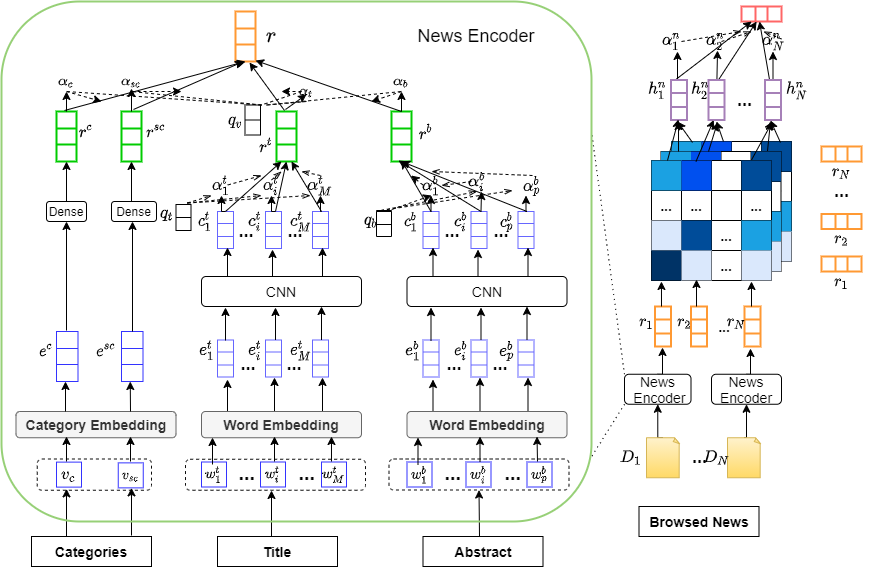
Above: MAML.png in Karry-Eva/PapersNotes (draw.io), before the change. Source tidied: cells renumbered, new cells last; positions are measured from the earlier drawing's top-left corner, leaving out a move shared by most shapes.
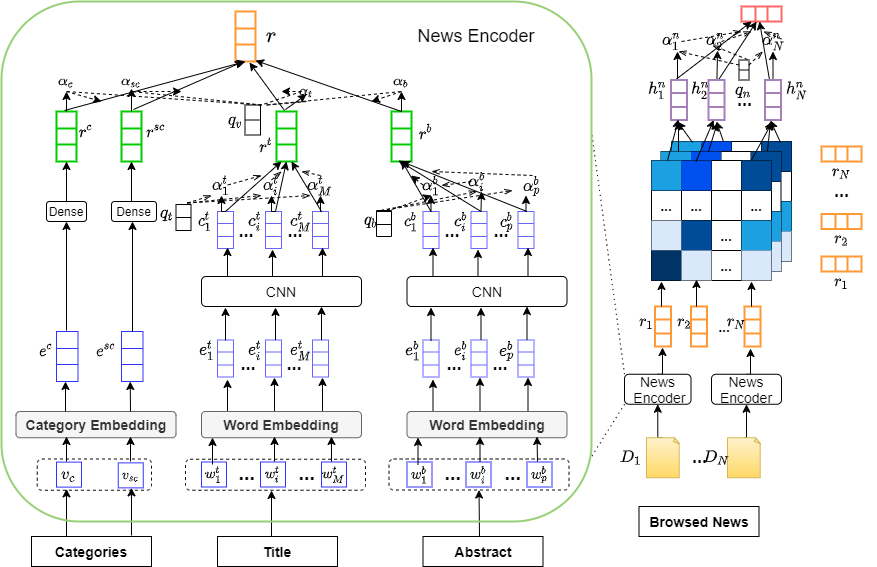
Later version of the same file.

Change to the diagram source:
```diff
@@ -1552,5 +1552,32 @@
         <mxPoint x="780" y="37.5" as="sourcePoint" />
       </mxGeometry>
     </mxCell>
+    <mxCell id="470" style="shape=table;html=1;whiteSpace=wrap;startSize=0;" parent="1" vertex="1">
+      <mxGeometry x="737.5" y="58.5" width="10" height="20" as="geometry" />
+    </mxCell>
+    <mxCell id="471" style="shape=partialRectangle;html=1;whiteSpace=wrap;fillColor=none;top=0;left=0;bottom=0;right=0;points=[[0,0.5],[1,0.5]];portConstraint=eastwest;" parent="470" vertex="1">
+      <mxGeometry width="10" height="10" as="geometry" />
+    </mxCell>
+    <mxCell id="472" style="shape=partialRectangle;html=1;whiteSpace=wrap;overflow=hidden;fillColor=none;top=0;left=0;bottom=0;right=0;" parent="471" vertex="1">
+      <mxGeometry width="10" height="10" as="geometry" />
+    </mxCell>
+    <mxCell id="473" style="shape=partialRectangle;html=1;whiteSpace=wrap;fillColor=none;top=0;left=0;bottom=0;right=0;" parent="470" vertex="1">
+      <mxGeometry y="10" width="10" height="10" as="geometry" />
+    </mxCell>
+    <mxCell id="474" style="shape=partialRectangle;html=1;whiteSpace=wrap;overflow=hidden;fillColor=none;top=0;left=0;bottom=0;right=0;" parent="473" vertex="1">
+      <mxGeometry width="10" height="10" as="geometry" />
+    </mxCell>
+    <mxCell id="475" style="edgeStyle=none;rounded=0;jettySize=auto;html=1;dashed=1;endArrow=openThin;endFill=0;fontSize=14;exitX=0;exitY=0.5;exitDx=0;exitDy=0;entryX=0.196;entryY=1;entryDx=0;entryDy=0;entryPerimeter=0;" parent="1" edge="1" source="471" target="467">
+      <mxGeometry relative="1" as="geometry" />
+    </mxCell>
+    <mxCell id="476" style="edgeStyle=none;rounded=0;jettySize=auto;html=1;dashed=1;endArrow=openThin;endFill=0;fontSize=14;exitX=0.85;exitY=-0.05;exitDx=0;exitDy=0;exitPerimeter=0;entryX=-0.004;entryY=0.7;entryDx=0;entryDy=0;entryPerimeter=0;" parent="1" edge="1" source="471" target="468">
+      <mxGeometry relative="1" as="geometry" />
+    </mxCell>
+    <mxCell id="477" value="&lt;font style=&quot;font-size: 14px&quot;&gt;&lt;b&gt;$$q_n$$&lt;/b&gt;&lt;/font&gt;" style="text;html=1;align=center;verticalAlign=middle;fontSize=14;" parent="1" vertex="1">
+      <mxGeometry x="707" y="78.5" width="70" height="20" as="geometry" />
+    </mxCell>
+    <mxCell id="478" style="edgeStyle=none;rounded=0;jettySize=auto;html=1;exitX=1;exitY=0.5;exitDx=0;exitDy=0;dashed=1;endArrow=openThin;endFill=0;fontSize=14;" parent="1" edge="1" source="471" target="468">
+      <mxGeometry relative="1" as="geometry" />
+    </mxCell>
   </root>
 </mxGraphModel>
```
